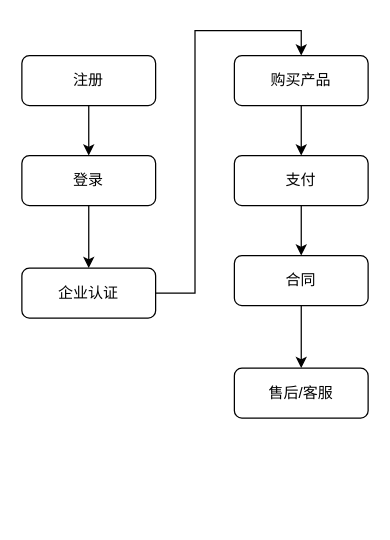
This is page "主线流程" (2 of 6) of 注册.drawio from janzhou123/mydraw, a draw.io file, before an edit. Source tidied: cells renumbered, new cells numbered last; positions are measured from the earlier drawing's top-left corner, leaving out a move shared by most shapes. Both pictures are drawn from the tidied source at 125%, with x=0, y=0 at pixel (21, 55).
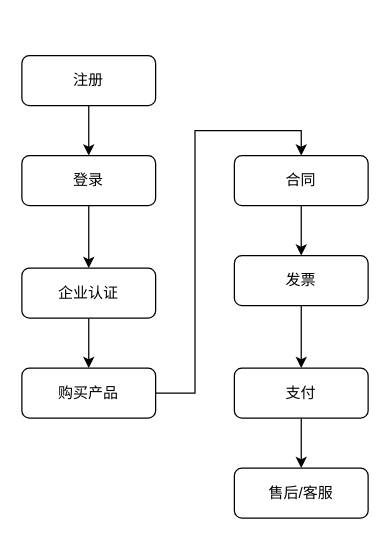
The same diagram, later.

What changed in the source:
```diff
@@
 <mxGraphModel>
   <root>
     <mxCell id="0" />
     <mxCell id="1" parent="0" />
     <mxCell id="2" style="edgeStyle=orthogonalEdgeStyle;rounded=0;jettySize=auto;html=1;" parent="1" edge="1" source="3" target="5">
       <mxGeometry relative="1" as="geometry" />
     </mxCell>
     <mxCell id="3" value="注册" style="rounded=1;whiteSpace=wrap;html=1;" parent="1" vertex="1">
       <mxGeometry width="107" height="40" as="geometry" />
     </mxCell>
     <mxCell id="4" style="edgeStyle=orthogonalEdgeStyle;rounded=0;jettySize=auto;html=1;" parent="1" edge="1" source="5" target="7">
       <mxGeometry relative="1" as="geometry" />
     </mxCell>
     <mxCell id="5" value="登录" style="rounded=1;whiteSpace=wrap;html=1;" parent="1" vertex="1">
       <mxGeometry y="80" width="107" height="40" as="geometry" />
     </mxCell>
     <mxCell id="6" style="edgeStyle=orthogonalEdgeStyle;rounded=0;jettySize=auto;html=1;entryX=0.5;entryY=0;entryDx=0;entryDy=0;" parent="1" edge="1" source="7" target="9">
       <mxGeometry relative="1" as="geometry" />
     </mxCell>
     <mxCell id="7" value="企业认证" style="rounded=1;whiteSpace=wrap;html=1;" parent="1" vertex="1">
       <mxGeometry y="170" width="107" height="40" as="geometry" />
     </mxCell>
-    <mxCell id="8" style="edgeStyle=orthogonalEdgeStyle;rounded=0;jettySize=auto;html=1;" parent="1" edge="1" source="9" target="11">
+    <mxCell id="8" style="edgeStyle=orthogonalEdgeStyle;rounded=0;jettySize=auto;html=1;entryX=0.5;entryY=0;entryDx=0;entryDy=0;" parent="1" edge="1" source="9" target="11">
       <mxGeometry relative="1" as="geometry" />
     </mxCell>
     <mxCell id="9" value="购买产品" style="rounded=1;whiteSpace=wrap;html=1;" parent="1" vertex="1">
-      <mxGeometry x="170" width="107" height="40" as="geometry" />
+      <mxGeometry y="250" width="107" height="40" as="geometry" />
     </mxCell>
     <mxCell id="10" style="edgeStyle=orthogonalEdgeStyle;rounded=0;jettySize=auto;html=1;" parent="1" edge="1" source="11" target="13">
       <mxGeometry relative="1" as="geometry" />
     </mxCell>
-    <mxCell id="11" value="支付" style="rounded=1;whiteSpace=wrap;html=1;" parent="1" vertex="1">
+    <mxCell id="11" value="合同" style="rounded=1;whiteSpace=wrap;html=1;" parent="1" vertex="1">
       <mxGeometry x="170" y="80" width="107" height="40" as="geometry" />
     </mxCell>
     <mxCell id="12" style="edgeStyle=orthogonalEdgeStyle;rounded=0;jettySize=auto;html=1;" parent="1" edge="1" source="13" target="14">
       <mxGeometry relative="1" as="geometry" />
     </mxCell>
-    <mxCell id="13" value="合同" style="rounded=1;whiteSpace=wrap;html=1;" parent="1" vertex="1">
+    <mxCell id="13" value="发票" style="rounded=1;whiteSpace=wrap;html=1;" parent="1" vertex="1">
       <mxGeometry x="170" y="160" width="107" height="40" as="geometry" />
     </mxCell>
+    <mxCell id="15" style="edgeStyle=orthogonalEdgeStyle;rounded=0;jettySize=auto;html=1;" parent="1" edge="1" source="14" target="16">
+      <mxGeometry relative="1" as="geometry" />
+    </mxCell>
-    <mxCell id="14" value="售后/客服" style="rounded=1;whiteSpace=wrap;html=1;" parent="1" vertex="1">
+    <mxCell id="14" value="支付" style="rounded=1;whiteSpace=wrap;html=1;" parent="1" vertex="1">
       <mxGeometry x="170" y="250" width="107" height="40" as="geometry" />
     </mxCell>
+    <mxCell id="16" value="售后/客服" style="rounded=1;whiteSpace=wrap;html=1;" parent="1" vertex="1">
+      <mxGeometry x="170" y="330" width="107" height="40" as="geometry" />
+    </mxCell>
   </root>
 </mxGraphModel>
```
